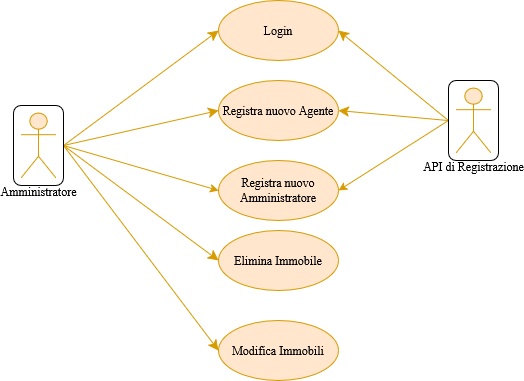
Sperob98/Documentazione-DietiEstates25 keeps this draw.io diagram as diagrammi/UseCase-Admin.drawio.png. Above is the earlier version. Source tidied: cells renumbered, new cells last; positions are measured from the earlier drawing's top-left corner, leaving out a move shared by most shapes.
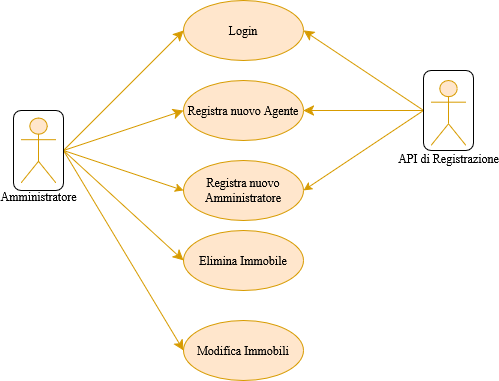
The same diagram one commit later.

Diff of the diagram source:
```diff
@@ -23,20 +23,14 @@
     <mxCell id="8" value="Modifica Immobili" style="ellipse;whiteSpace=wrap;html=1;rounded=0;fillColor=#ffe6cc;strokeColor=#d79b00;" parent="1" vertex="1">
       <mxGeometry x="205" y="320" width="120" height="60" as="geometry" />
     </mxCell>
-    <mxCell id="9" style="edgeStyle=none;curved=1;rounded=0;jettySize=auto;html=1;exitX=0;exitY=0.5;exitDx=0;exitDy=0;exitPerimeter=0;entryX=1;entryY=0.5;entryDx=0;entryDy=0;fontSize=12;startSize=8;endSize=8;fillColor=#ffe6cc;strokeColor=#d79b00;" parent="1" edge="1" target="5">
-      <mxGeometry relative="1" as="geometry">
-        <mxPoint x="435" y="120" as="sourcePoint" />
-      </mxGeometry>
+    <mxCell id="9" style="edgeStyle=none;curved=1;rounded=0;jettySize=auto;html=1;exitX=0;exitY=0.5;exitDx=0;exitDy=0;entryX=1;entryY=0.5;entryDx=0;entryDy=0;fontSize=12;startSize=8;endSize=8;fillColor=#ffe6cc;strokeColor=#d79b00;" parent="1" edge="1" source="17" target="5">
+      <mxGeometry relative="1" as="geometry" />
     </mxCell>
-    <mxCell id="10" style="edgeStyle=none;curved=1;rounded=0;jettySize=auto;html=1;exitX=0;exitY=0.5;exitDx=0;exitDy=0;exitPerimeter=0;entryX=1;entryY=0.5;entryDx=0;entryDy=0;fontSize=12;startSize=8;endSize=8;fillColor=#ffe6cc;strokeColor=#d79b00;" parent="1" edge="1" target="6">
-      <mxGeometry relative="1" as="geometry">
-        <mxPoint x="435" y="120" as="sourcePoint" />
-      </mxGeometry>
+    <mxCell id="10" style="edgeStyle=none;curved=1;rounded=0;jettySize=auto;html=1;exitX=0;exitY=0.5;exitDx=0;exitDy=0;entryX=1;entryY=0.5;entryDx=0;entryDy=0;fontSize=12;startSize=8;endSize=8;fillColor=#ffe6cc;strokeColor=#d79b00;" parent="1" edge="1" source="17" target="6">
+      <mxGeometry relative="1" as="geometry" />
     </mxCell>
-    <mxCell id="11" style="rounded=1;jettySize=auto;html=1;exitX=0;exitY=0.5;exitDx=0;exitDy=0;exitPerimeter=0;entryX=1;entryY=0.5;entryDx=0;entryDy=0;fillColor=#ffe6cc;strokeColor=#d79b00;curved=0;" parent="1" edge="1" target="16">
-      <mxGeometry relative="1" as="geometry">
-        <mxPoint x="435" y="120" as="sourcePoint" />
-      </mxGeometry>
+    <mxCell id="11" style="rounded=1;jettySize=auto;html=1;exitX=0;exitY=0.5;exitDx=0;exitDy=0;entryX=1;entryY=0.5;entryDx=0;entryDy=0;fillColor=#ffe6cc;strokeColor=#d79b00;curved=0;" parent="1" edge="1" source="17" target="16">
+      <mxGeometry relative="1" as="geometry" />
     </mxCell>
     <mxCell id="12" style="edgeStyle=none;curved=1;rounded=0;jettySize=auto;html=1;exitX=1;exitY=0.5;exitDx=0;exitDy=0;fontSize=12;startSize=8;endSize=8;entryX=0;entryY=0.5;entryDx=0;entryDy=0;fillColor=#ffe6cc;strokeColor=#d79b00;" parent="1" edge="1" source="14" target="7">
       <mxGeometry relative="1" as="geometry" />
@@ -45,19 +39,19 @@
       <mxGeometry relative="1" as="geometry" />
     </mxCell>
     <mxCell id="14" style="rounded=1;whiteSpace=wrap;html=1;" parent="1" vertex="1">
-      <mxGeometry y="105" width="50" height="80" as="geometry" />
+      <mxGeometry x="35" y="110" width="50" height="80" as="geometry" />
     </mxCell>
     <mxCell id="15" value="Amministratore" style="shape=umlActor;verticalLabelPosition=bottom;verticalAlign=top;html=1;rounded=0;fillColor=#ffe6cc;strokeColor=#d79b00;" parent="1" vertex="1">
-      <mxGeometry x="7.5" y="112.5" width="35" height="65" as="geometry" />
+      <mxGeometry x="42.5" y="117.5" width="35" height="65" as="geometry" />
     </mxCell>
     <mxCell id="16" value="Registra nuovo Amministratore" style="ellipse;whiteSpace=wrap;html=1;rounded=0;fillColor=#ffe6cc;strokeColor=#d79b00;" parent="1" vertex="1">
       <mxGeometry x="205" y="160" width="120" height="60" as="geometry" />
     </mxCell>
     <mxCell id="17" style="rounded=1;whiteSpace=wrap;html=1;" parent="1" vertex="1">
-      <mxGeometry x="435" y="80" width="50" height="80" as="geometry" />
+      <mxGeometry x="445" y="70" width="50" height="80" as="geometry" />
     </mxCell>
     <mxCell id="18" value="&lt;div&gt;API di Registrazione&lt;/div&gt;&lt;div&gt;&lt;br&gt;&lt;/div&gt;" style="shape=umlActor;verticalLabelPosition=bottom;verticalAlign=top;html=1;rounded=0;fillColor=#ffe6cc;strokeColor=#d79b00;" parent="1" vertex="1">
-      <mxGeometry x="442.5" y="87.5" width="35" height="65" as="geometry" />
+      <mxGeometry x="452.5" y="80" width="35" height="65" as="geometry" />
     </mxCell>
   </root>
 </mxGraphModel>
```
